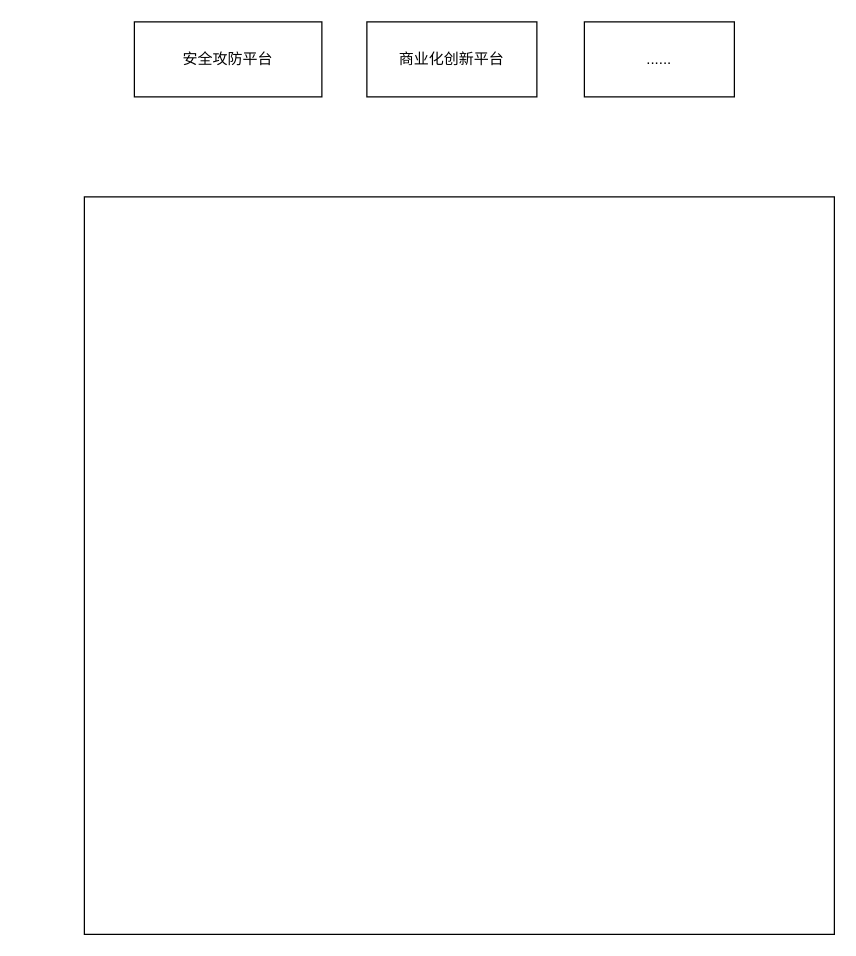
This is 全域流量中控平台_overall.drawio from hustpawpaw/charts, a draw.io file, before an edit. Source tidied: cells renumbered, new cells numbered last; positions are measured from the earlier drawing's top-left corner, leaving out a move shared by most shapes. Both pictures are drawn from the tidied source at 125%, with x=0, y=0 at pixel (84, 21).
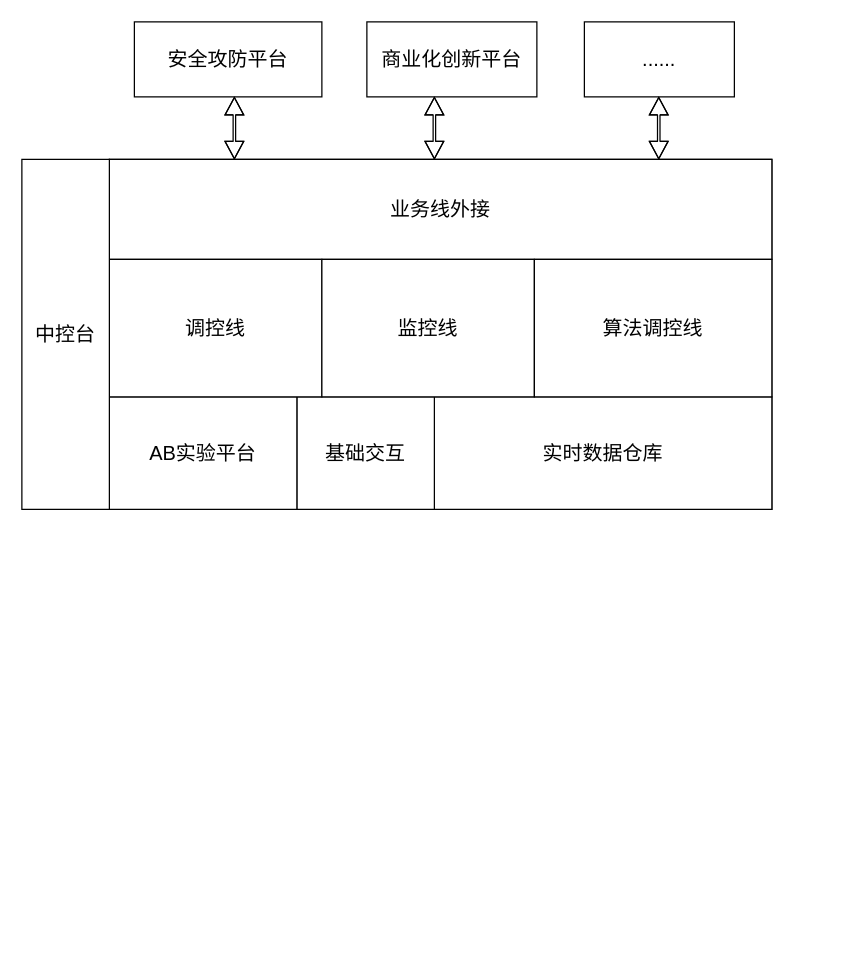
The same diagram, later.

Commit message (it also covers changes not shown here):
Update 全域流量中控平台_overall.drawio

Diff of the diagram source:
```diff
@@
     <mxCell id="2" style="rounded=0;whiteSpace=wrap;html=1;" parent="1" vertex="1">
-      <mxGeometry y="140" width="600" height="590" as="geometry" />
+      <mxGeometry x="20" y="110" width="530" height="280" as="geometry" />
     </mxCell>
-    <mxCell id="3" value="安全攻防平台" style="rounded=0;whiteSpace=wrap;html=1;" parent="1" vertex="1">
+    <mxCell id="3" value="安全攻防平台" style="rounded=0;whiteSpace=wrap;html=1;fontSize=16;" parent="1" vertex="1">
       <mxGeometry x="40" width="150" height="60" as="geometry" />
     </mxCell>
-    <mxCell id="4" value="商业化创新平台" style="rounded=0;whiteSpace=wrap;html=1;" parent="1" vertex="1">
+    <mxCell id="4" value="商业化创新平台" style="rounded=0;whiteSpace=wrap;html=1;fontSize=16;" parent="1" vertex="1">
       <mxGeometry x="226" width="136" height="60" as="geometry" />
     </mxCell>
-    <mxCell id="5" value="......" style="rounded=0;whiteSpace=wrap;html=1;" parent="1" vertex="1">
+    <mxCell id="5" value="......" style="rounded=0;whiteSpace=wrap;html=1;fontSize=16;" parent="1" vertex="1">
       <mxGeometry x="400" width="120" height="60" as="geometry" />
     </mxCell>
+    <mxCell id="6" style="shape=flexArrow;endArrow=classic;startArrow=classic;html=1;fontSize=16;width=2;endSize=4.33;startSize=4.33;startWidth=12;endWidth=12;" parent="1" edge="1">
+      <mxGeometry relative="1" as="geometry">
+        <mxPoint x="120" y="110" as="sourcePoint" />
+        <mxPoint x="120" y="60" as="targetPoint" />
+        <Array as="points">
+          <mxPoint x="120" y="80" />
+        </Array>
+      </mxGeometry>
+    </mxCell>
+    <mxCell id="7" style="shape=flexArrow;endArrow=classic;startArrow=classic;html=1;fontSize=16;width=2;endSize=4.33;startSize=4.33;startWidth=12;endWidth=12;" parent="1" edge="1">
+      <mxGeometry relative="1" as="geometry">
+        <mxPoint x="280" y="110" as="sourcePoint" />
+        <mxPoint x="280" y="60" as="targetPoint" />
+        <Array as="points">
+          <mxPoint x="280" y="80" />
+        </Array>
+      </mxGeometry>
+    </mxCell>
+    <mxCell id="8" style="shape=flexArrow;endArrow=classic;startArrow=classic;html=1;fontSize=16;width=2;endSize=4.33;startSize=4.33;startWidth=12;endWidth=12;" parent="1" edge="1">
+      <mxGeometry relative="1" as="geometry">
+        <mxPoint x="459.5" y="110" as="sourcePoint" />
+        <mxPoint x="459.5" y="60" as="targetPoint" />
+        <Array as="points">
+          <mxPoint x="459.5" y="80" />
+        </Array>
+      </mxGeometry>
+    </mxCell>
+    <mxCell id="9" value="实时数据仓库" style="rounded=0;whiteSpace=wrap;html=1;fontSize=16;" parent="1" vertex="1">
+      <mxGeometry x="280" y="300" width="270" height="90" as="geometry" />
+    </mxCell>
+    <mxCell id="10" value="基础交互" style="rounded=0;whiteSpace=wrap;html=1;fontSize=16;" parent="1" vertex="1">
+      <mxGeometry x="170" y="300" width="110" height="90" as="geometry" />
+    </mxCell>
+    <mxCell id="11" value="AB实验平台" style="rounded=0;whiteSpace=wrap;html=1;fontSize=16;" parent="1" vertex="1">
+      <mxGeometry x="20" y="300" width="150" height="90" as="geometry" />
+    </mxCell>
+    <mxCell id="12" value="业务线外接" style="rounded=0;whiteSpace=wrap;html=1;fontSize=16;" parent="1" vertex="1">
+      <mxGeometry x="20" y="110" width="530" height="80" as="geometry" />
+    </mxCell>
+    <mxCell id="13" value="调控线" style="rounded=0;whiteSpace=wrap;html=1;fontSize=16;" parent="1" vertex="1">
+      <mxGeometry x="20" y="190" width="170" height="110" as="geometry" />
+    </mxCell>
+    <mxCell id="14" value="监控线" style="rounded=0;whiteSpace=wrap;html=1;fontSize=16;" parent="1" vertex="1">
+      <mxGeometry x="190" y="190" width="170" height="110" as="geometry" />
+    </mxCell>
+    <mxCell id="15" value="算法调控线" style="rounded=0;whiteSpace=wrap;html=1;fontSize=16;" parent="1" vertex="1">
+      <mxGeometry x="360" y="190" width="190" height="110" as="geometry" />
+    </mxCell>
+    <mxCell id="16" value="中控台" style="rounded=0;whiteSpace=wrap;html=1;fontSize=16;" parent="1" vertex="1">
+      <mxGeometry x="-50" y="110" width="70" height="280" as="geometry" />
+    </mxCell>
```
